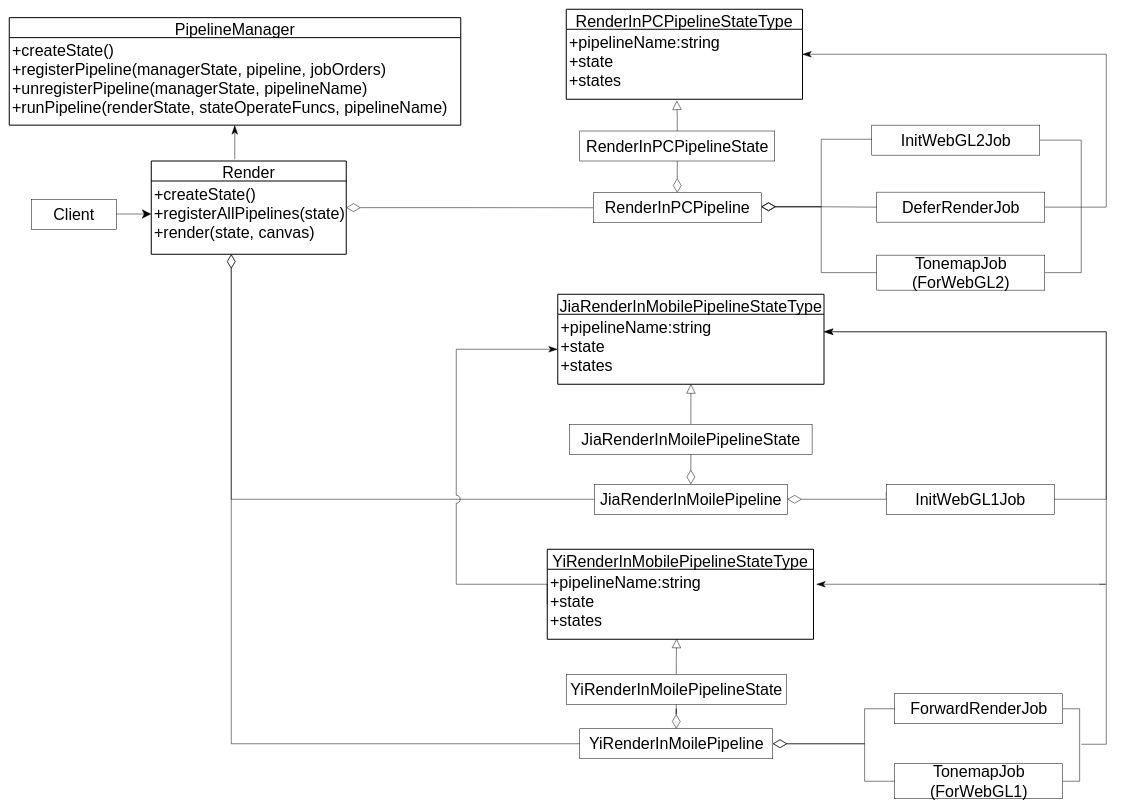
Earlier version of the draw.io diagram packages/管道模式/story_improve/UML.drawio (yyc-git/3DProgramPattern). Source tidied: cells renumbered, new cells numbered last; positions are measured from the earlier drawing's top-left corner, leaving out a move shared by most shapes. Both pictures are drawn from the tidied source at 50%, with x=0, y=0 at pixel (9, 9).
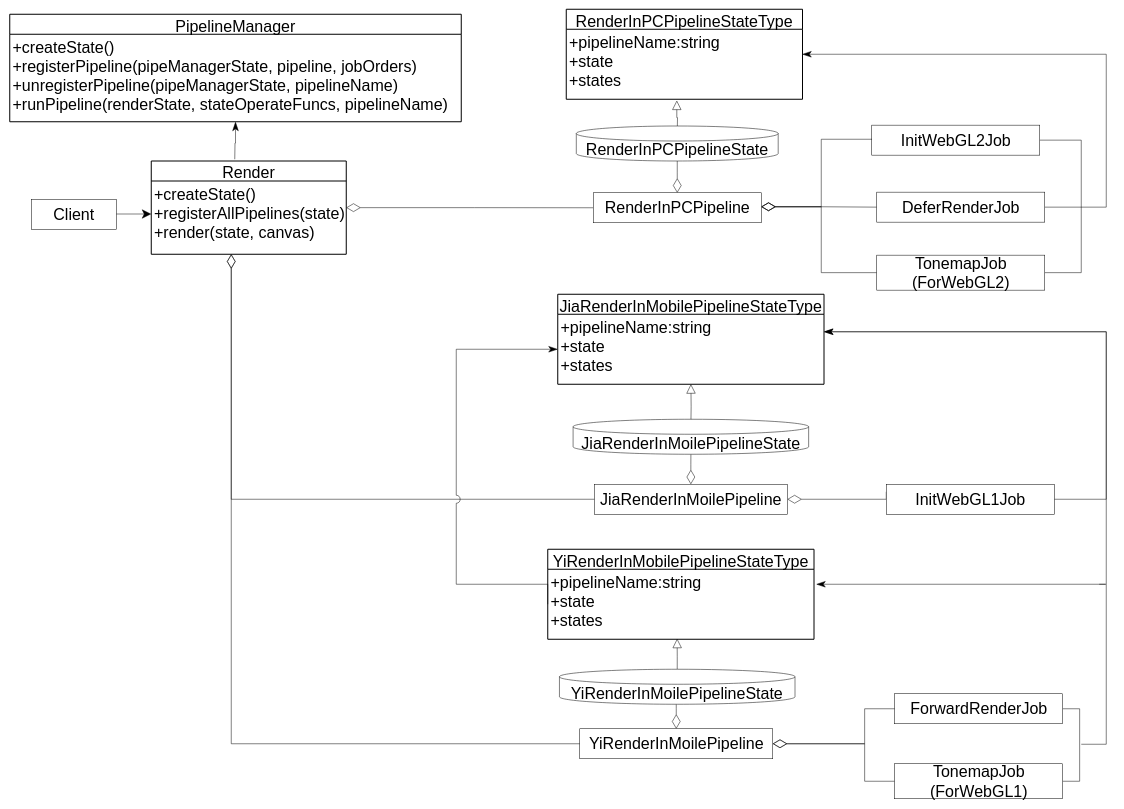
The same diagram, later.

The change refers to these unchanged cells:
```xml
<mxCell id="11" value="+pipelineName:string&#10;+state&#10;+states" style="align=left;strokeColor=none;fillColor=none;spacingLeft=4;fontSize=32;verticalAlign=top;" parent="10" vertex="1">
  <mxGeometry y="40" width="472.5" height="140" as="geometry" />
</mxCell>
<mxCell id="15" value="RenderInPCPipeline" style="html=1;fontSize=32;" parent="1" vertex="1">
  <mxGeometry x="1168" y="367" width="336" height="60" as="geometry" />
</mxCell>
<mxCell id="22" value="+pipelineName:string&#10;+state&#10;+states" style="align=left;strokeColor=none;fillColor=none;spacingLeft=4;fontSize=32;verticalAlign=top;" parent="21" vertex="1">
  <mxGeometry y="40" width="532.5" height="140" as="geometry" />
</mxCell>
<mxCell id="24" value="+pipelineName:string&#10;+state&#10;+states" style="align=left;strokeColor=none;fillColor=none;spacingLeft=4;fontSize=32;verticalAlign=top;" parent="23" vertex="1">
  <mxGeometry y="40" width="532.5" height="140" as="geometry" />
</mxCell>
<mxCell id="27" value="JiaRenderInMoilePipeline" style="html=1;fontSize=32;" parent="1" vertex="1">
  <mxGeometry x="1170.2" y="950" width="386" height="60" as="geometry" />
</mxCell>
<mxCell id="36" value="YiRenderInMoilePipeline" style="html=1;fontSize=32;" parent="1" vertex="1">
  <mxGeometry x="1141" y="1439" width="386" height="60" as="geometry" />
</mxCell>
```

What changed in the source:
```diff
@@
     <mxCell id="3" value="PipelineManager" style="swimlane;horizontal=1;startSize=40;rounded=0;fontSize=32;fontStyle=0;strokeWidth=2;shadow=0;dashed=0;align=center;" parent="1" vertex="1">
-      <mxGeometry y="16.8" width="903" height="215" as="geometry" />
+      <mxGeometry x="1" y="10" width="903" height="215" as="geometry" />
     </mxCell>
-    <mxCell id="4" value="+createState()&#10;+registerPipeline(managerState, pipeline, jobOrders)&#10;+unregisterPipeline(managerState, pipelineName)&#10;+runPipeline(renderState, stateOperateFuncs, pipelineName)" style="align=left;strokeColor=none;fillColor=none;spacingLeft=4;fontSize=32;verticalAlign=top;" parent="3" vertex="1">
+    <mxCell id="4" value="+createState()&#10;+registerPipeline(pipeManagerState, pipeline, jobOrders)&#10;+unregisterPipeline(pipeManagerState, pipelineName)&#10;+runPipeline(renderState, stateOperateFuncs, pipelineName)" style="align=left;strokeColor=none;fillColor=none;spacingLeft=4;fontSize=32;verticalAlign=top;" parent="3" vertex="1">
       <mxGeometry y="40" width="903" height="175" as="geometry" />
     </mxCell>
@@
-    <mxCell id="14" style="edgeStyle=orthogonalEdgeStyle;rounded=0;jumpStyle=none;jumpSize=16;jettySize=auto;html=1;entryX=0.5;entryY=1;entryDx=0;entryDy=0;startArrow=diamondThin;startFill=0;endArrow=none;endFill=0;startSize=26;endSize=26;" parent="1" edge="1" source="15" target="44">
-      <mxGeometry relative="1" as="geometry" />
+    <mxCell id="14" style="edgeStyle=orthogonalEdgeStyle;rounded=0;jumpStyle=none;jumpSize=16;jettySize=auto;html=1;entryX=0.5;entryY=1;entryDx=0;entryDy=0;startArrow=diamondThin;startFill=0;endArrow=none;endFill=0;startSize=26;endSize=26;" parent="1" edge="1" source="15">
+      <mxGeometry relative="1" as="geometry">
+        <mxPoint x="1336" y="303.5" as="targetPoint" />
+      </mxGeometry>
     </mxCell>
@@
     <mxCell id="23" value="YiRenderInMobilePipelineStateType" style="swimlane;horizontal=1;startSize=40;rounded=0;fontSize=32;fontStyle=0;strokeWidth=2;shadow=0;dashed=0;align=center;" parent="1" vertex="1">
-      <mxGeometry x="1076" y="1080" width="532.5" height="180" as="geometry" />
+      <mxGeometry x="1077" y="1080" width="532.5" height="180" as="geometry" />
     </mxCell>
@@
-    <mxCell id="26" style="edgeStyle=orthogonalEdgeStyle;rounded=0;jumpStyle=none;jumpSize=16;jettySize=auto;html=1;entryX=0.5;entryY=1;entryDx=0;entryDy=0;startArrow=diamondThin;startFill=0;endArrow=none;endFill=0;startSize=26;endSize=26;" parent="1" edge="1" source="27" target="46">
-      <mxGeometry relative="1" as="geometry" />
+    <mxCell id="26" style="edgeStyle=orthogonalEdgeStyle;rounded=0;jumpStyle=none;jumpSize=16;jettySize=auto;html=1;entryX=0.5;entryY=1;entryDx=0;entryDy=0;startArrow=diamondThin;startFill=0;endArrow=none;endFill=0;startSize=26;endSize=26;" parent="1" edge="1" source="27">
+      <mxGeometry relative="1" as="geometry">
+        <mxPoint x="1363.3" y="890" as="targetPoint" />
+      </mxGeometry>
     </mxCell>
@@
-    <mxCell id="35" style="edgeStyle=orthogonalEdgeStyle;rounded=0;jumpStyle=none;jumpSize=16;jettySize=auto;html=1;entryX=0.5;entryY=1;entryDx=0;entryDy=0;startArrow=diamondThin;startFill=0;endArrow=none;endFill=0;startSize=26;endSize=26;" parent="1" edge="1" source="36" target="48">
-      <mxGeometry relative="1" as="geometry" />
+    <mxCell id="35" style="edgeStyle=orthogonalEdgeStyle;rounded=0;jumpStyle=none;jumpSize=16;jettySize=auto;html=1;entryX=0.5;entryY=1;entryDx=0;entryDy=0;startArrow=diamondThin;startFill=0;endArrow=none;endFill=0;startSize=26;endSize=26;" parent="1" edge="1" source="36">
+      <mxGeometry relative="1" as="geometry">
+        <mxPoint x="1334" y="1390" as="targetPoint" />
+      </mxGeometry>
     </mxCell>
@@
-    <mxCell id="43" style="edgeStyle=orthogonalEdgeStyle;rounded=0;jumpStyle=none;jumpSize=16;jettySize=auto;html=1;entryX=0.468;entryY=1.019;entryDx=0;entryDy=0;entryPerimeter=0;startArrow=none;startFill=0;endArrow=block;endFill=0;startSize=16;endSize=16;" parent="1" edge="1" source="44" target="11">
-      <mxGeometry relative="1" as="geometry" />
+    <mxCell id="43" style="edgeStyle=orthogonalEdgeStyle;rounded=0;jumpStyle=none;jumpSize=16;jettySize=auto;html=1;entryX=0.468;entryY=1.019;entryDx=0;entryDy=0;entryPerimeter=0;startArrow=none;startFill=0;endArrow=block;endFill=0;startSize=16;endSize=16;" parent="1" edge="1" target="11">
+      <mxGeometry relative="1" as="geometry">
+        <mxPoint x="1336" y="243.5" as="sourcePoint" />
+      </mxGeometry>
     </mxCell>
+    <mxCell id="45" style="edgeStyle=orthogonalEdgeStyle;rounded=0;jumpStyle=none;jumpSize=16;jettySize=auto;html=1;startArrow=none;startFill=0;endArrow=block;endFill=0;startSize=16;endSize=16;" parent="1" edge="1" target="22">
+      <mxGeometry relative="1" as="geometry">
+        <mxPoint x="1363.3" y="830" as="sourcePoint" />
+      </mxGeometry>
+    </mxCell>
+    <mxCell id="47" style="edgeStyle=orthogonalEdgeStyle;rounded=0;jumpStyle=none;jumpSize=16;jettySize=auto;html=1;entryX=0.486;entryY=0.993;entryDx=0;entryDy=0;entryPerimeter=0;startArrow=none;startFill=0;endArrow=block;endFill=0;startSize=16;endSize=16;exitX=0.5;exitY=0;exitDx=0;exitDy=0;exitPerimeter=0;" parent="1" edge="1" source="48" target="24">
+      <mxGeometry relative="1" as="geometry" />
+    </mxCell>
-    <mxCell id="44" value="RenderInPCPipelineState" style="html=1;fontSize=32;" parent="1" vertex="1">
-      <mxGeometry x="1141" y="243.5" width="390" height="60" as="geometry" />
+    <mxCell id="44" value="&lt;span style=&quot;font-size: 32px&quot;&gt;RenderInPCPipelineState&lt;/span&gt;" style="shape=cylinder3;whiteSpace=wrap;html=1;boundedLbl=1;backgroundOutline=1;size=15;" parent="1" vertex="1">
+      <mxGeometry x="1134.1" y="233.5" width="403.8" height="70" as="geometry" />
     </mxCell>
-    <mxCell id="45" style="edgeStyle=orthogonalEdgeStyle;rounded=0;jumpStyle=none;jumpSize=16;jettySize=auto;html=1;startArrow=none;startFill=0;endArrow=block;endFill=0;startSize=16;endSize=16;" parent="1" edge="1" source="46" target="22">
-      <mxGeometry relative="1" as="geometry" />
-    </mxCell>
-    <mxCell id="46" value="JiaRenderInMoilePipelineState" style="html=1;fontSize=32;" parent="1" vertex="1">
-      <mxGeometry x="1120.9" y="830" width="484.8" height="60" as="geometry" />
+    <mxCell id="46" value="&lt;span style=&quot;font-size: 32px&quot;&gt;JiaRenderInMoilePipelineState&lt;/span&gt;" style="shape=cylinder3;whiteSpace=wrap;html=1;boundedLbl=1;backgroundOutline=1;size=15;" parent="1" vertex="1">
+      <mxGeometry x="1127.7" y="820" width="471.1" height="70" as="geometry" />
     </mxCell>
-    <mxCell id="47" style="edgeStyle=orthogonalEdgeStyle;rounded=0;jumpStyle=none;jumpSize=16;jettySize=auto;html=1;entryX=0.486;entryY=0.993;entryDx=0;entryDy=0;entryPerimeter=0;startArrow=none;startFill=0;endArrow=block;endFill=0;startSize=16;endSize=16;" parent="1" edge="1" source="48" target="24">
-      <mxGeometry relative="1" as="geometry" />
-    </mxCell>
-    <mxCell id="48" value="YiRenderInMoilePipelineState" style="html=1;fontSize=32;" parent="1" vertex="1">
-      <mxGeometry x="1114" y="1330" width="440" height="60" as="geometry" />
+    <mxCell id="48" value="&lt;span style=&quot;font-size: 32px&quot;&gt;YiRenderInMoilePipelineState&lt;/span&gt;" style="shape=cylinder3;whiteSpace=wrap;html=1;boundedLbl=1;backgroundOutline=1;size=15;" parent="1" vertex="1">
+      <mxGeometry x="1100.4" y="1320" width="471.1" height="70" as="geometry" />
     </mxCell>
```
